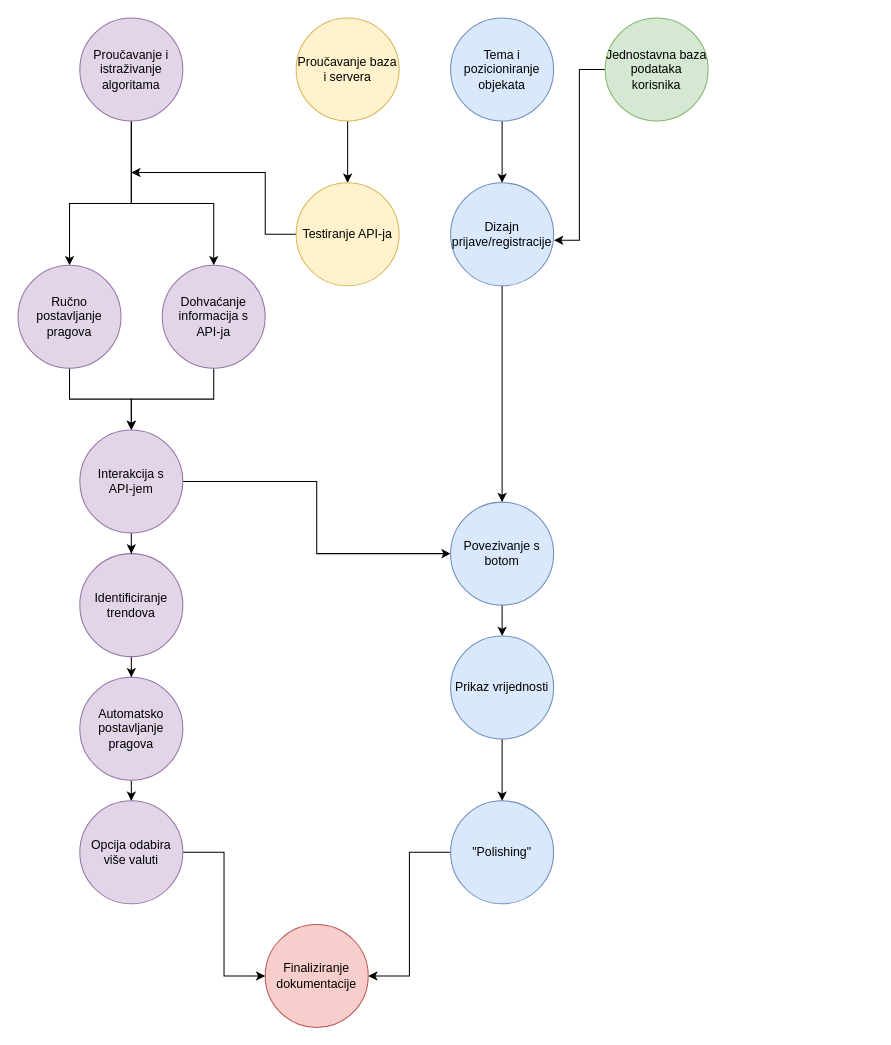
Before: diagrams/PERT_sCrypto.drawio in MSrica/sCrypto, a draw.io diagram. Source tidied: cells renumbered, new cells numbered last; positions are measured from the earlier drawing's top-left corner, leaving out a move shared by most shapes. Both pictures are drawn from the tidied source at 103%, with x=0, y=0 at pixel (18, 18).
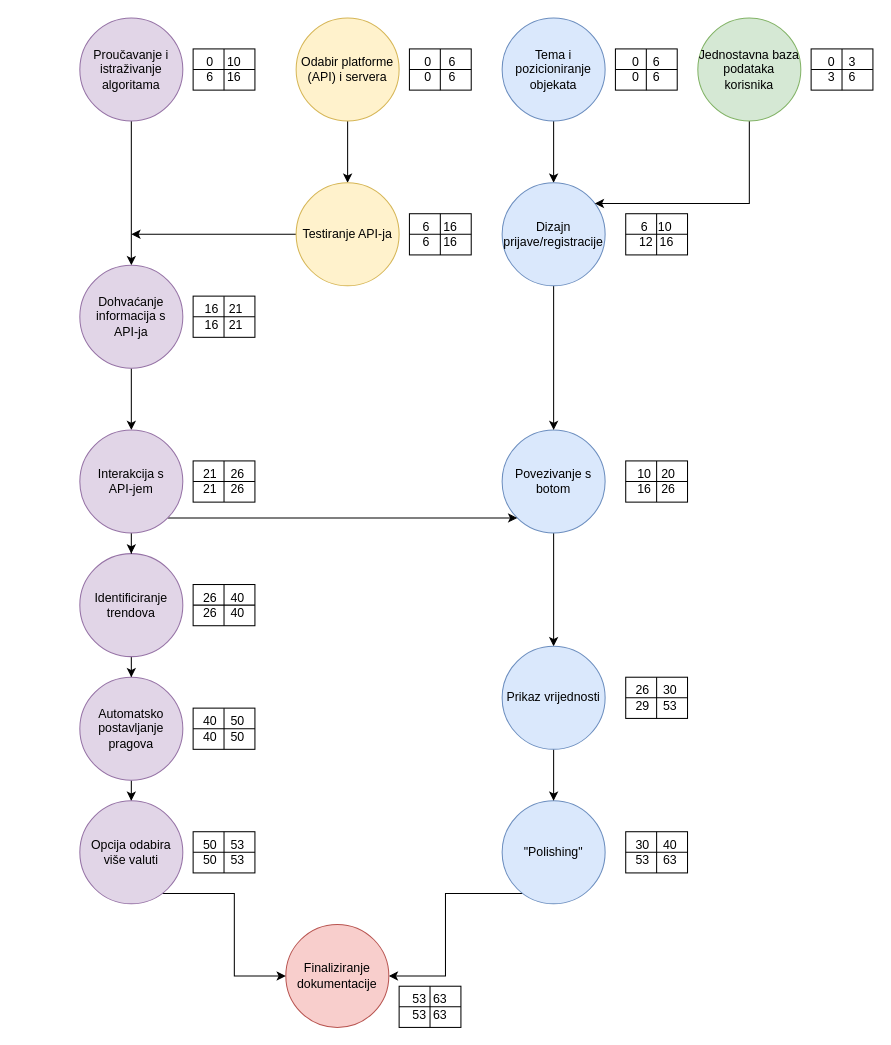
Above is the later version.

Commit message:
PERT diagram added time and made some changes

Unchanged cells that the change refers to:
```xml
<mxCell id="4" value="&lt;span&gt;Proučavanje i istraživanje algoritama&lt;/span&gt;" style="ellipse;whiteSpace=wrap;html=1;fillColor=#e1d5e7;strokeColor=#9673a6;" parent="1" vertex="1">
  <mxGeometry x="60" width="100" height="100" as="geometry" />
</mxCell>
<mxCell id="27" value="Opcija odabira više valuti" style="ellipse;whiteSpace=wrap;html=1;fillColor=#e1d5e7;strokeColor=#9673a6;" parent="1" vertex="1">
  <mxGeometry x="60" y="760" width="100" height="100" as="geometry" />
</mxCell>
<mxCell id="30" value="Interakcija s &lt;br&gt;API-jem" style="ellipse;whiteSpace=wrap;html=1;fillColor=#e1d5e7;strokeColor=#9673a6;" parent="1" vertex="1">
  <mxGeometry x="60" y="400" width="100" height="100" as="geometry" />
</mxCell>
```

What changed in the source:
```diff
@@
-    <mxCell id="2" style="edgeStyle=orthogonalEdgeStyle;rounded=0;jettySize=auto;html=1;" parent="1" edge="1" source="4" target="19">
-      <mxGeometry relative="1" as="geometry">
-        <Array as="points">
-          <mxPoint x="110" y="180" />
-          <mxPoint x="190" y="180" />
-        </Array>
-      </mxGeometry>
-    </mxCell>
-    <mxCell id="3" style="edgeStyle=orthogonalEdgeStyle;rounded=0;jettySize=auto;html=1;" parent="1" edge="1" source="4" target="21">
+    <mxCell id="3" style="edgeStyle=orthogonalEdgeStyle;rounded=0;jettySize=auto;html=1;entryX=0.5;entryY=0;entryDx=0;entryDy=0;" parent="1" edge="1" source="4" target="19">
       <mxGeometry relative="1" as="geometry">
         <Array as="points">
-          <mxPoint x="110" y="180" />
-          <mxPoint x="50" y="180" />
+          <mxPoint x="110" y="210" />
+          <mxPoint x="110" y="210" />
         </Array>
       </mxGeometry>
     </mxCell>
@@
     <mxCell id="6" value="Tema i pozicioniranje objekata" style="ellipse;whiteSpace=wrap;html=1;fillColor=#dae8fc;strokeColor=#6c8ebf;" parent="1" vertex="1">
-      <mxGeometry x="420" width="100" height="100" as="geometry" />
+      <mxGeometry x="470" width="100" height="100" as="geometry" />
     </mxCell>
@@
     <mxCell id="8" value="&lt;span&gt;Povezivanje s botom&lt;/span&gt;" style="ellipse;whiteSpace=wrap;html=1;fillColor=#dae8fc;strokeColor=#6c8ebf;" parent="1" vertex="1">
-      <mxGeometry x="420" y="470" width="100" height="100" as="geometry" />
+      <mxGeometry x="470" y="400" width="100" height="100" as="geometry" />
     </mxCell>
@@
     <mxCell id="10" value="&lt;span&gt;Dizajn prijave/registracije&lt;/span&gt;" style="ellipse;whiteSpace=wrap;html=1;fillColor=#dae8fc;strokeColor=#6c8ebf;" parent="1" vertex="1">
-      <mxGeometry x="420" y="160" width="100" height="100" as="geometry" />
+      <mxGeometry x="470" y="160" width="100" height="100" as="geometry" />
     </mxCell>
     <mxCell id="11" style="edgeStyle=orthogonalEdgeStyle;rounded=0;jettySize=auto;html=1;entryX=1;entryY=0.5;entryDx=0;entryDy=0;" parent="1" edge="1" source="12" target="13">
-      <mxGeometry relative="1" as="geometry" />
+      <mxGeometry relative="1" as="geometry">
+        <Array as="points">
+          <mxPoint x="415" y="850" />
+          <mxPoint x="415" y="930" />
+        </Array>
+      </mxGeometry>
     </mxCell>
     <mxCell id="12" value="&lt;span&gt;&quot;Polishing&quot;&lt;/span&gt;" style="ellipse;whiteSpace=wrap;html=1;fillColor=#dae8fc;strokeColor=#6c8ebf;" parent="1" vertex="1">
-      <mxGeometry x="420" y="760" width="100" height="100" as="geometry" />
+      <mxGeometry x="470" y="760" width="100" height="100" as="geometry" />
     </mxCell>
     <mxCell id="13" value="&lt;span&gt;Finaliziranje dokumentacije&lt;/span&gt;" style="ellipse;whiteSpace=wrap;html=1;fillColor=#f8cecc;strokeColor=#b85450;" parent="1" vertex="1">
-      <mxGeometry x="240" y="880" width="100" height="100" as="geometry" />
+      <mxGeometry x="260" y="880" width="100" height="100" as="geometry" />
     </mxCell>
@@
-    <mxCell id="15" value="Proučavanje baza i servera" style="ellipse;whiteSpace=wrap;html=1;fillColor=#fff2cc;strokeColor=#d6b656;" parent="1" vertex="1">
+    <mxCell id="15" value="Odabir platforme (API) i servera" style="ellipse;whiteSpace=wrap;html=1;fillColor=#fff2cc;strokeColor=#d6b656;" parent="1" vertex="1">
       <mxGeometry x="270" width="100" height="100" as="geometry" />
     </mxCell>
-    <mxCell id="16" style="edgeStyle=orthogonalEdgeStyle;rounded=0;jettySize=auto;html=1;entryX=1.004;entryY=0.558;entryDx=0;entryDy=0;entryPerimeter=0;" parent="1" edge="1" source="17" target="10">
-      <mxGeometry relative="1" as="geometry" />
+    <mxCell id="16" style="edgeStyle=orthogonalEdgeStyle;rounded=0;jettySize=auto;html=1;exitX=0.5;exitY=1;exitDx=0;exitDy=0;" parent="1" edge="1" source="17" target="10">
+      <mxGeometry relative="1" as="geometry">
+        <Array as="points">
+          <mxPoint x="710" y="180" />
+        </Array>
+      </mxGeometry>
     </mxCell>
     <mxCell id="17" value="Jednostavna baza podataka korisnika" style="ellipse;whiteSpace=wrap;html=1;fillColor=#d5e8d4;strokeColor=#82b366;" parent="1" vertex="1">
-      <mxGeometry x="570" width="100" height="100" as="geometry" />
+      <mxGeometry x="660" width="100" height="100" as="geometry" />
     </mxCell>
@@
     <mxCell id="19" value="Dohvaćanje informacija s &lt;br&gt;API-ja" style="ellipse;whiteSpace=wrap;html=1;fillColor=#e1d5e7;strokeColor=#9673a6;" parent="1" vertex="1">
-      <mxGeometry x="140" y="240" width="100" height="100" as="geometry" />
+      <mxGeometry x="60" y="240" width="100" height="100" as="geometry" />
     </mxCell>
-    <mxCell id="20" style="edgeStyle=orthogonalEdgeStyle;rounded=0;jettySize=auto;html=1;entryX=0.5;entryY=0;entryDx=0;entryDy=0;" parent="1" edge="1" source="21" target="30">
-      <mxGeometry relative="1" as="geometry" />
-    </mxCell>
-    <mxCell id="21" value="Ručno postavljanje pragova" style="ellipse;whiteSpace=wrap;html=1;fillColor=#e1d5e7;strokeColor=#9673a6;" parent="1" vertex="1">
-      <mxGeometry y="240" width="100" height="100" as="geometry" />
-    </mxCell>
@@
     <mxCell id="26" style="edgeStyle=orthogonalEdgeStyle;rounded=0;jettySize=auto;html=1;entryX=0;entryY=0.5;entryDx=0;entryDy=0;" parent="1" edge="1" source="27" target="13">
-      <mxGeometry relative="1" as="geometry" />
+      <mxGeometry relative="1" as="geometry">
+        <Array as="points">
+          <mxPoint x="210" y="850" />
+          <mxPoint x="210" y="930" />
+        </Array>
+      </mxGeometry>
     </mxCell>
@@
-    <mxCell id="29" style="edgeStyle=orthogonalEdgeStyle;rounded=0;jettySize=auto;html=1;entryX=0;entryY=0.5;entryDx=0;entryDy=0;" parent="1" edge="1" source="30" target="8">
-      <mxGeometry relative="1" as="geometry" />
+    <mxCell id="29" style="edgeStyle=orthogonalEdgeStyle;rounded=0;jettySize=auto;html=1;exitX=1;exitY=1;exitDx=0;exitDy=0;" parent="1" edge="1" source="30" target="8">
+      <mxGeometry relative="1" as="geometry">
+        <Array as="points">
+          <mxPoint x="400" y="485" />
+          <mxPoint x="400" y="485" />
+        </Array>
+      </mxGeometry>
     </mxCell>
@@
     <mxCell id="32" value="&lt;span&gt;Prikaz vrijednosti&lt;/span&gt;" style="ellipse;whiteSpace=wrap;html=1;fillColor=#dae8fc;strokeColor=#6c8ebf;" parent="1" vertex="1">
-      <mxGeometry x="420" y="600" width="100" height="100" as="geometry" />
+      <mxGeometry x="470" y="610" width="100" height="100" as="geometry" />
     </mxCell>
     <mxCell id="33" style="edgeStyle=orthogonalEdgeStyle;rounded=0;jettySize=auto;html=1;" parent="1" edge="1" source="34">
       <mxGeometry relative="1" as="geometry">
-        <mxPoint x="110" y="150" as="targetPoint" />
+        <mxPoint x="110" y="210" as="targetPoint" />
         <Array as="points">
-          <mxPoint x="240" y="210" />
-          <mxPoint x="240" y="150" />
+          <mxPoint x="110" y="210" />
         </Array>
       </mxGeometry>
     </mxCell>
-    <mxCell id="34" value="Testiranje API-ja" style="ellipse;whiteSpace=wrap;html=1;fillColor=#fff2cc;strokeColor=#d6b656;" parent="1" vertex="1">
+    <mxCell id="34" value="&lt;div&gt;Testiranje API-ja&lt;/div&gt;" style="ellipse;whiteSpace=wrap;html=1;fillColor=#fff2cc;strokeColor=#d6b656;" parent="1" vertex="1">
       <mxGeometry x="270" y="160" width="100" height="100" as="geometry" />
     </mxCell>
+    <mxCell id="35" value="&lt;div&gt;0&amp;nbsp;&amp;nbsp;&amp;nbsp; 10&lt;/div&gt;&lt;div&gt;6&amp;nbsp;&amp;nbsp;&amp;nbsp; 16&lt;br&gt;&lt;/div&gt;" style="shape=internalStorage;whiteSpace=wrap;html=1;backgroundOutline=1;dx=30;dy=20;" parent="1" vertex="1">
+      <mxGeometry x="170" y="30" width="60" height="40" as="geometry" />
+    </mxCell>
+    <mxCell id="36" value="&lt;div&gt;0&amp;nbsp;&amp;nbsp;&amp;nbsp;&amp;nbsp; 6&lt;br&gt;&lt;/div&gt;&lt;div&gt;0&amp;nbsp;&amp;nbsp;&amp;nbsp;&amp;nbsp; 6&lt;br&gt;&lt;/div&gt;" style="shape=internalStorage;whiteSpace=wrap;html=1;backgroundOutline=1;dx=30;dy=20;" parent="1" vertex="1">
+      <mxGeometry x="380" y="30" width="60" height="40" as="geometry" />
+    </mxCell>
+    <mxCell id="37" value="&lt;div&gt;0&amp;nbsp;&amp;nbsp;&amp;nbsp; 6&lt;/div&gt;&lt;div&gt;0&amp;nbsp;&amp;nbsp;&amp;nbsp; 6&lt;br&gt;&lt;/div&gt;" style="shape=internalStorage;whiteSpace=wrap;html=1;backgroundOutline=1;dx=30;dy=20;" parent="1" vertex="1">
+      <mxGeometry x="580" y="30" width="60" height="40" as="geometry" />
+    </mxCell>
+    <mxCell id="38" value="&lt;div&gt;0&amp;nbsp;&amp;nbsp;&amp;nbsp; 3&lt;/div&gt;&lt;div&gt;3&amp;nbsp;&amp;nbsp;&amp;nbsp; 6&lt;br&gt;&lt;/div&gt;" style="shape=internalStorage;whiteSpace=wrap;html=1;backgroundOutline=1;dx=30;dy=20;" parent="1" vertex="1">
+      <mxGeometry x="770" y="30" width="60" height="40" as="geometry" />
+    </mxCell>
+    <mxCell id="39" value="&lt;div&gt;6&amp;nbsp;&amp;nbsp;&amp;nbsp; 16&lt;/div&gt;&lt;div&gt;6&amp;nbsp;&amp;nbsp;&amp;nbsp; 16&lt;br&gt;&lt;/div&gt;" style="shape=internalStorage;whiteSpace=wrap;html=1;backgroundOutline=1;dx=30;dy=20;" parent="1" vertex="1">
+      <mxGeometry x="380" y="190" width="60" height="40" as="geometry" />
+    </mxCell>
+    <mxCell id="40" value="&lt;div&gt;6&amp;nbsp;&amp;nbsp; 10&lt;/div&gt;&lt;div&gt;12&amp;nbsp; 16&lt;br&gt;&lt;/div&gt;" style="shape=internalStorage;whiteSpace=wrap;html=1;backgroundOutline=1;dx=30;dy=20;" parent="1" vertex="1">
+      <mxGeometry x="590" y="190" width="60" height="40" as="geometry" />
+    </mxCell>
+    <mxCell id="41" value="&lt;div&gt;16&amp;nbsp;&amp;nbsp; 21&lt;/div&gt;&lt;div&gt;16&amp;nbsp;&amp;nbsp; 21&lt;br&gt;&lt;/div&gt;" style="shape=internalStorage;whiteSpace=wrap;html=1;backgroundOutline=1;dx=30;dy=20;" parent="1" vertex="1">
+      <mxGeometry x="170" y="270" width="60" height="40" as="geometry" />
+    </mxCell>
+    <mxCell id="42" value="&lt;div&gt;21 &amp;nbsp;&amp;nbsp; 26&lt;/div&gt;&lt;div&gt;21 &amp;nbsp;&amp;nbsp; 26&lt;br&gt;&lt;/div&gt;" style="shape=internalStorage;whiteSpace=wrap;html=1;backgroundOutline=1;dx=30;dy=20;" parent="1" vertex="1">
+      <mxGeometry x="170" y="430" width="60" height="40" as="geometry" />
+    </mxCell>
+    <mxCell id="43" value="&lt;div&gt;10&amp;nbsp;&amp;nbsp; 20&lt;br&gt;&lt;/div&gt;&lt;div&gt;16&amp;nbsp;&amp;nbsp; 26&lt;br&gt;&lt;/div&gt;" style="shape=internalStorage;whiteSpace=wrap;html=1;backgroundOutline=1;dx=30;dy=20;" parent="1" vertex="1">
+      <mxGeometry x="590" y="430" width="60" height="40" as="geometry" />
+    </mxCell>
+    <mxCell id="44" value="&lt;div&gt;26 &amp;nbsp;&amp;nbsp; 40&lt;/div&gt;&lt;div&gt;26&amp;nbsp;&amp;nbsp;&amp;nbsp; 40&lt;br&gt;&lt;/div&gt;" style="shape=internalStorage;whiteSpace=wrap;html=1;backgroundOutline=1;dx=30;dy=20;" parent="1" vertex="1">
+      <mxGeometry x="170" y="550" width="60" height="40" as="geometry" />
+    </mxCell>
+    <mxCell id="45" value="&lt;div&gt;40 &amp;nbsp;&amp;nbsp; 50&lt;br&gt;&lt;/div&gt;&lt;div&gt;40&amp;nbsp;&amp;nbsp;&amp;nbsp; 50 &lt;br&gt;&lt;/div&gt;" style="shape=internalStorage;whiteSpace=wrap;html=1;backgroundOutline=1;dx=30;dy=20;" parent="1" vertex="1">
+      <mxGeometry x="170" y="670" width="60" height="40" as="geometry" />
+    </mxCell>
+    <mxCell id="46" value="&lt;div&gt;50 &amp;nbsp;&amp;nbsp; 53&lt;/div&gt;&lt;div&gt;50 &amp;nbsp;&amp;nbsp; 53&lt;br&gt;&lt;/div&gt;" style="shape=internalStorage;whiteSpace=wrap;html=1;backgroundOutline=1;dx=30;dy=20;" parent="1" vertex="1">
+      <mxGeometry x="170" y="790" width="60" height="40" as="geometry" />
+    </mxCell>
+    <mxCell id="47" value="&lt;div&gt;26 &amp;nbsp;&amp;nbsp; 30&lt;/div&gt;&lt;div&gt;29&amp;nbsp;&amp;nbsp;&amp;nbsp; 53&lt;br&gt;&lt;/div&gt;" style="shape=internalStorage;whiteSpace=wrap;html=1;backgroundOutline=1;dx=30;dy=20;" parent="1" vertex="1">
+      <mxGeometry x="590" y="640" width="60" height="40" as="geometry" />
+    </mxCell>
+    <mxCell id="48" value="&lt;div&gt;30&amp;nbsp;&amp;nbsp;&amp;nbsp; 40&lt;/div&gt;&lt;div&gt;53&amp;nbsp;&amp;nbsp;&amp;nbsp; 63&lt;br&gt;&lt;/div&gt;" style="shape=internalStorage;whiteSpace=wrap;html=1;backgroundOutline=1;dx=30;dy=20;" parent="1" vertex="1">
+      <mxGeometry x="590" y="790" width="60" height="40" as="geometry" />
+    </mxCell>
+    <mxCell id="49" value="&lt;div&gt;53&amp;nbsp; 63&lt;/div&gt;&lt;div&gt;53&amp;nbsp; 63&lt;br&gt;&lt;/div&gt;" style="shape=internalStorage;whiteSpace=wrap;html=1;backgroundOutline=1;dx=30;dy=20;" parent="1" vertex="1">
+      <mxGeometry x="370" y="940" width="60" height="40" as="geometry" />
+    </mxCell>
```
